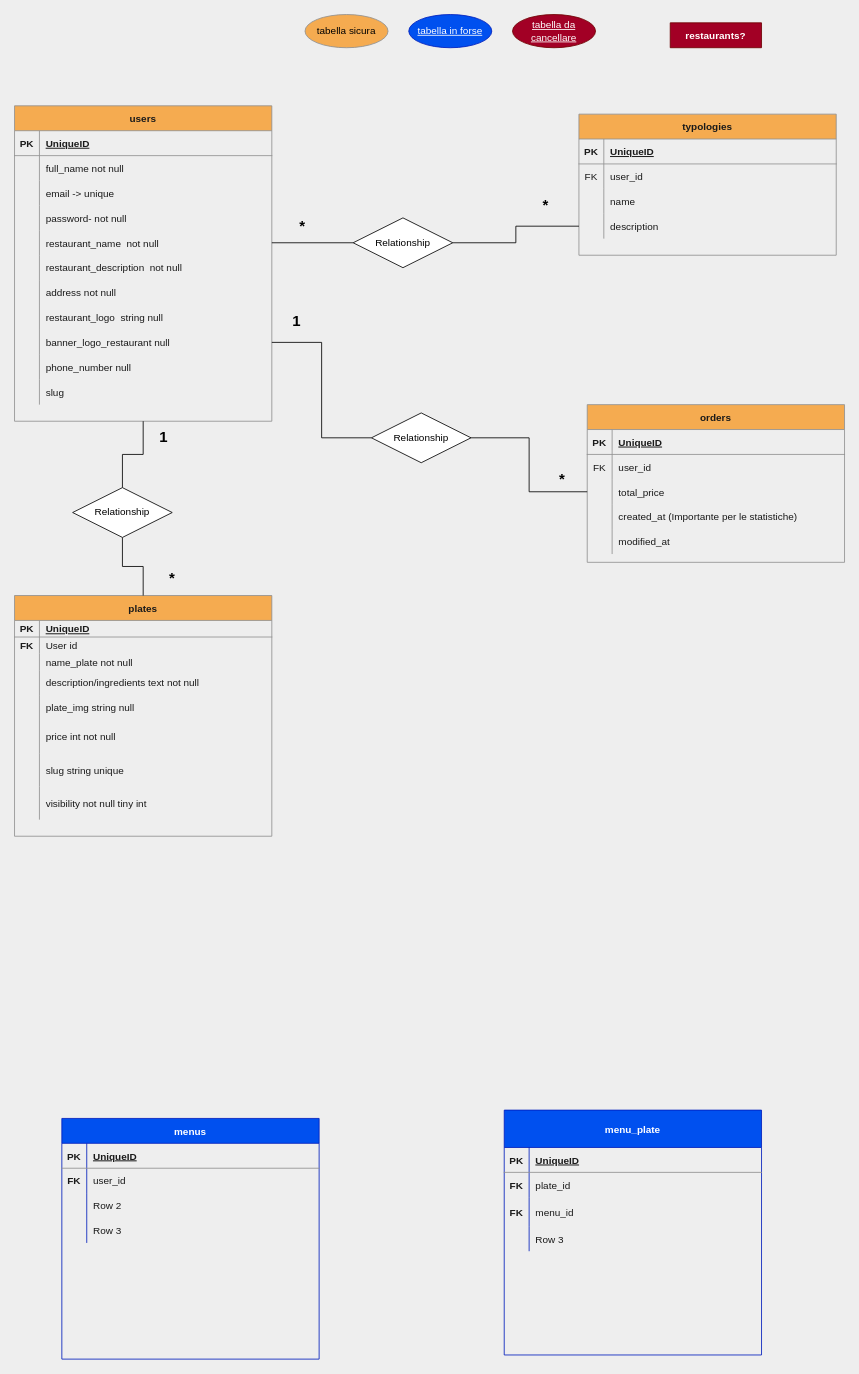
Before: db_tables.drawio in Alfredloz/fast-n-food, a draw.io diagram. Source tidied: cells renumbered, new cells numbered last; positions are measured from the earlier drawing's top-left corner, leaving out a move shared by most shapes. Both pictures are drawn from the tidied source at 83%, with x=0, y=0 at pixel (14, 14).
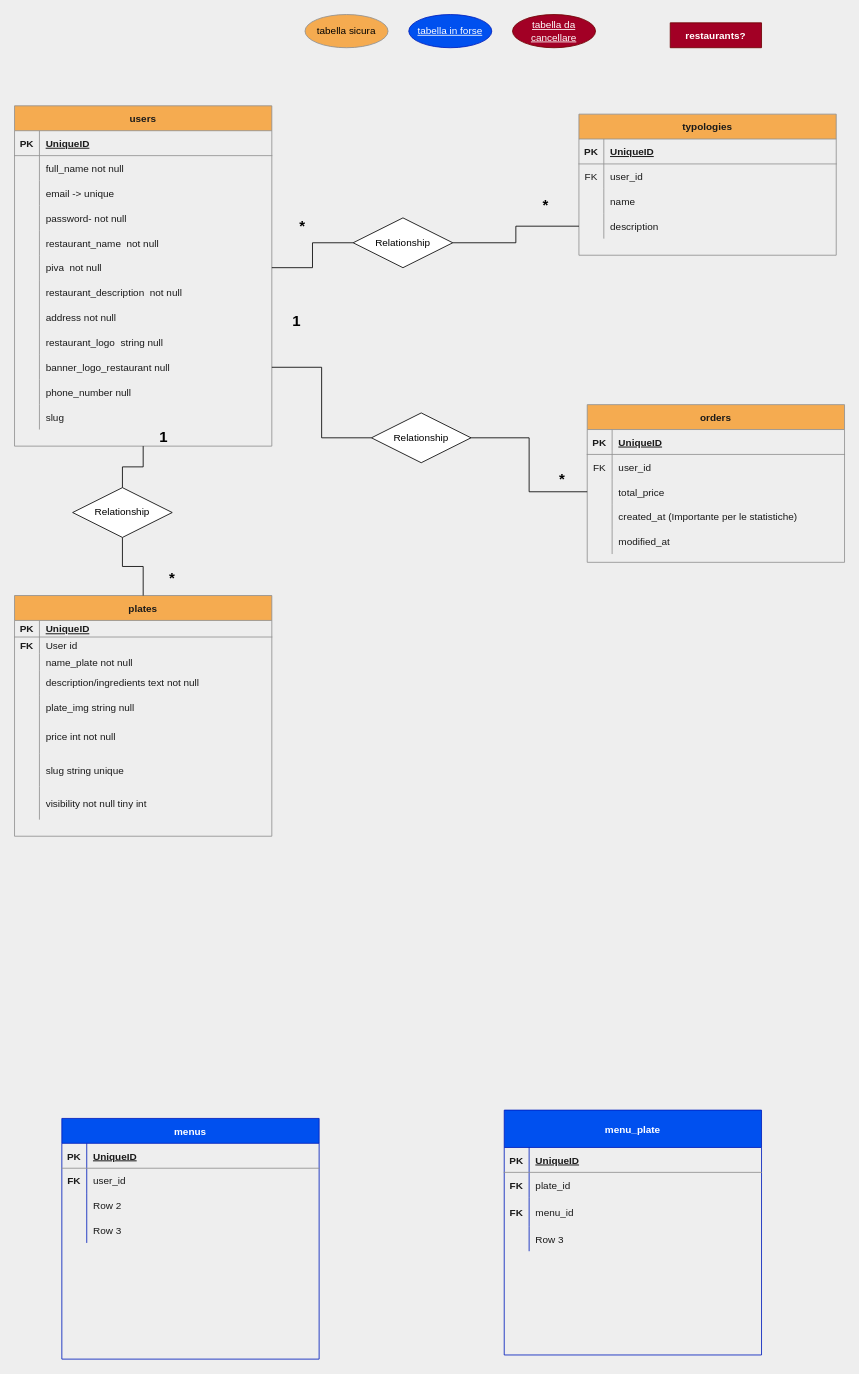
After the change.

Commit message:
Aggiunto campo piva nella tabella users

What changed in the source:
```diff
@@
     <mxCell id="2" value="users" style="shape=table;startSize=30;childLayout=tableLayout;rowLines=0;fontStyle=1;align=center;fillColor=#F5AB50;strokeColor=#909090;fontColor=#1A1A1A;" parent="1" vertex="1">
-      <mxGeometry y="110" width="310" height="380" as="geometry" />
+      <mxGeometry y="110" width="310" height="410" as="geometry" />
     </mxCell>
@@
+    <mxCell id="135" style="shape=partialRectangle;fillColor=none;top=0;left=0;bottom=0;right=0;strokeColor=#909090;fontColor=#1A1A1A;" parent="2" vertex="1">
+      <mxGeometry y="150" width="310" height="30" as="geometry" />
+    </mxCell>
+    <mxCell id="136" style="shape=partialRectangle;fillColor=none;top=0;left=0;bottom=0;right=0;overflow=hidden;strokeColor=#909090;fontColor=#1A1A1A;" parent="135" vertex="1">
+      <mxGeometry width="30" height="30" as="geometry" />
+    </mxCell>
+    <mxCell id="137" value="restaurant_name  not null" style="shape=partialRectangle;fillColor=none;top=0;left=0;bottom=0;right=0;align=left;spacingLeft=6;overflow=hidden;strokeColor=#909090;fontColor=#1A1A1A;" parent="135" vertex="1">
+      <mxGeometry x="30" width="280" height="30" as="geometry" />
+    </mxCell>
     <mxCell id="15" style="shape=partialRectangle;fillColor=none;top=0;left=0;bottom=0;right=0;points=[[0,0.5],[1,0.5]];portConstraint=eastwest;strokeColor=#909090;fontColor=#1A1A1A;" parent="2" vertex="1">
-      <mxGeometry y="150" width="310" height="30" as="geometry" />
+      <mxGeometry y="180" width="310" height="30" as="geometry" />
     </mxCell>
@@
-    <mxCell id="17" value="restaurant_name  not null" style="shape=partialRectangle;fillColor=none;top=0;left=0;bottom=0;right=0;align=left;spacingLeft=6;overflow=hidden;strokeColor=#909090;fontColor=#1A1A1A;" parent="15" vertex="1">
+    <mxCell id="17" value="piva  not null" style="shape=partialRectangle;fillColor=none;top=0;left=0;bottom=0;right=0;align=left;spacingLeft=6;overflow=hidden;strokeColor=#909090;fontColor=#1A1A1A;" parent="15" vertex="1">
       <mxGeometry x="30" width="280" height="30" as="geometry" />
     </mxCell>
     <mxCell id="18" style="shape=partialRectangle;fillColor=none;top=0;left=0;bottom=0;right=0;strokeColor=#909090;fontColor=#1A1A1A;" parent="2" vertex="1">
-      <mxGeometry y="180" width="310" height="30" as="geometry" />
+      <mxGeometry y="210" width="310" height="30" as="geometry" />
     </mxCell>
@@
     <mxCell id="21" style="shape=partialRectangle;fillColor=none;top=0;left=0;bottom=0;right=0;strokeColor=#909090;fontColor=#1A1A1A;" parent="2" vertex="1">
-      <mxGeometry y="210" width="310" height="30" as="geometry" />
+      <mxGeometry y="240" width="310" height="30" as="geometry" />
     </mxCell>
@@
     <mxCell id="24" style="shape=partialRectangle;fillColor=none;top=0;left=0;bottom=0;right=0;strokeColor=#909090;fontColor=#1A1A1A;" parent="2" vertex="1">
-      <mxGeometry y="240" width="310" height="30" as="geometry" />
+      <mxGeometry y="270" width="310" height="30" as="geometry" />
     </mxCell>
@@
     <mxCell id="27" style="shape=partialRectangle;fillColor=none;top=0;left=0;bottom=0;right=0;points=[[0,0.5],[1,0.5]];portConstraint=eastwest;strokeColor=#909090;fontColor=#1A1A1A;" parent="2" vertex="1">
-      <mxGeometry y="270" width="310" height="30" as="geometry" />
+      <mxGeometry y="300" width="310" height="30" as="geometry" />
     </mxCell>
@@
     <mxCell id="30" style="shape=partialRectangle;fillColor=none;top=0;left=0;bottom=0;right=0;strokeColor=#909090;fontColor=#1A1A1A;" parent="2" vertex="1">
-      <mxGeometry y="300" width="310" height="30" as="geometry" />
+      <mxGeometry y="330" width="310" height="30" as="geometry" />
     </mxCell>
@@
     <mxCell id="33" style="shape=partialRectangle;fillColor=none;top=0;left=0;bottom=0;right=0;strokeColor=#909090;fontColor=#1A1A1A;" parent="2" vertex="1">
-      <mxGeometry y="330" width="310" height="30" as="geometry" />
+      <mxGeometry y="360" width="310" height="30" as="geometry" />
     </mxCell>
```
